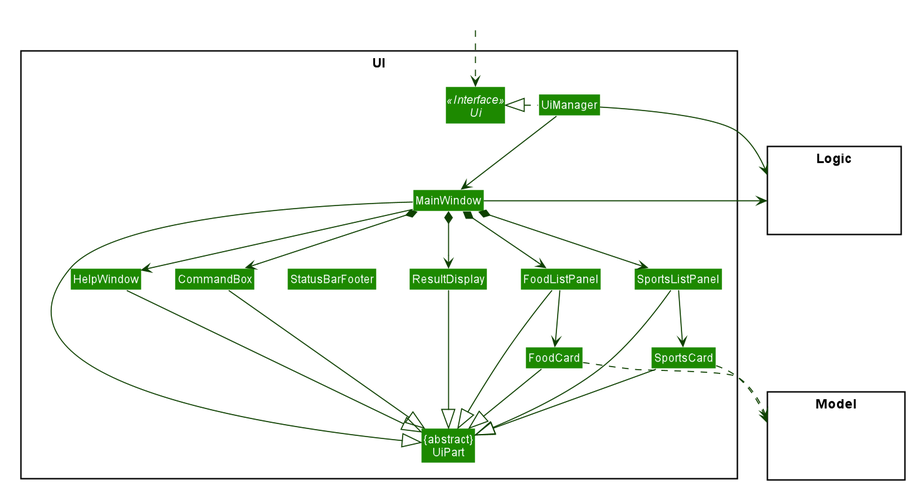
This is images/UiClassDiagram.png from AY1920S2-CS2103-T09-4/main, a PlantUML export, as it was before one commit. Source of this version:
```plantuml
@startuml








skinparam BackgroundColor #FFFFFFF

skinparam Shadowing false

skinparam Class {
    FontColor #FFFFFF
    BorderThickness 1
    BorderColor #FFFFFF
    StereotypeFontColor #FFFFFF
    FontName Arial
}

skinparam Actor {
    BorderColor #000000
    Color #000000
    FontName Arial
}

skinparam Sequence {
    MessageAlign center
    BoxFontSize 15
    BoxPadding 0
    BoxFontColor #FFFFFF
    FontName Arial
}

skinparam Participant {
    FontColor #FFFFFFF
    Padding 20
}

skinparam MinClassWidth 50
skinparam ParticipantPadding 10
skinparam Shadowing false
skinparam DefaultTextAlignment center
skinparam packageStyle Rectangle

hide footbox
hide members
hide circle
skinparam arrowThickness 1.1
skinparam arrowColor #0E4100
skinparam classBackgroundColor #1D8900

package UI <<Rectangle>>{
Interface Ui <<Interface>>
Class "{abstract}\nUiPart" as UiPart
Class UiManager
Class MainWindow
Class HelpWindow
Class ResultDisplay
Class FoodListPanel
Class SportsListPanel
Class SportsCard
Class FoodCard
Class StatusBarFooter
Class CommandBox
}

package Model <<Rectangle>> {
Class HiddenModel #FFFFFF
}

package Logic <<Rectangle>> {
Class HiddenLogic #FFFFFF
}

Class HiddenOutside #FFFFFF
HiddenOutside ..> Ui

UiManager .left.|> Ui
UiManager -down-> MainWindow
MainWindow --> HelpWindow
MainWindow *-down-> CommandBox
MainWindow *-down-> ResultDisplay
MainWindow *-down-> FoodListPanel
MainWindow *-down-> SportsListPanel

FoodListPanel -down-> FoodCard
SportsListPanel -down-> SportsCard

MainWindow -left-|> UiPart

ResultDisplay --|> UiPart
CommandBox --|> UiPart
FoodListPanel --|> UiPart
SportsListPanel --|> UiPart
FoodCard --|> UiPart
SportsCard --|> UiPart
HelpWindow -down-|> UiPart

FoodCard ..> Model
SportsCard ..> Model
UiManager -right-> Logic
MainWindow -left-> Logic

FoodListPanel -[hidden]left- HelpWindow
SportsListPanel -[hidden]left- HelpWindow
HelpWindow -[hidden]left- CommandBox
CommandBox -[hidden]left- ResultDisplay
ResultDisplay -[hidden]left- StatusBarFooter

MainWindow -[hidden]-|> UiPart
@enduml
```
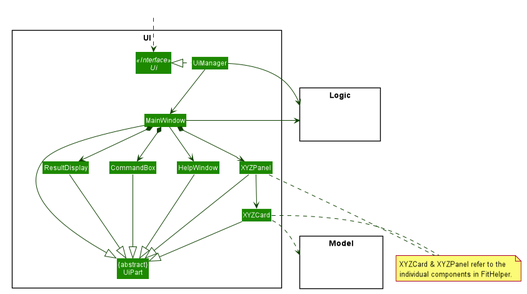
After the change.

The edit, as a diff of the source:
```diff
@@ -58,11 +58,8 @@
 Class MainWindow
 Class HelpWindow
 Class ResultDisplay
-Class FoodListPanel
-Class SportsListPanel
-Class SportsCard
-Class FoodCard
-Class StatusBarFooter
+Class XYZPanel
+Class XYZCard
 Class CommandBox
 }
 
@@ -74,6 +71,8 @@
 Class HiddenLogic #FFFFFF
 }
 
+note "XYZCard & XYZPanel refer to the\nindividual components in FitHelper." as N1
+
 Class HiddenOutside #FFFFFF
 HiddenOutside ..> Ui
 
@@ -82,32 +81,27 @@
 MainWindow --> HelpWindow
 MainWindow *-down-> CommandBox
 MainWindow *-down-> ResultDisplay
-MainWindow *-down-> FoodListPanel
-MainWindow *-down-> SportsListPanel
+MainWindow *-down-> XYZPanel
 
-FoodListPanel -down-> FoodCard
-SportsListPanel -down-> SportsCard
+XYZPanel -down-> XYZCard
 
 MainWindow -left-|> UiPart
 
 ResultDisplay --|> UiPart
 CommandBox --|> UiPart
-FoodListPanel --|> UiPart
-SportsListPanel --|> UiPart
-FoodCard --|> UiPart
-SportsCard --|> UiPart
+XYZPanel --|> UiPart
+XYZCard --|> UiPart
 HelpWindow -down-|> UiPart
 
-FoodCard ..> Model
-SportsCard ..> Model
+XYZCard ..> Model
 UiManager -right-> Logic
 MainWindow -left-> Logic
 
-FoodListPanel -[hidden]left- HelpWindow
-SportsListPanel -[hidden]left- HelpWindow
+XYZPanel -[hidden]left- HelpWindow
 HelpWindow -[hidden]left- CommandBox
 CommandBox -[hidden]left- ResultDisplay
-ResultDisplay -[hidden]left- StatusBarFooter
 
+XYZPanel .. N1
+XYZCard .. N1
 MainWindow -[hidden]-|> UiPart
 @enduml
```
